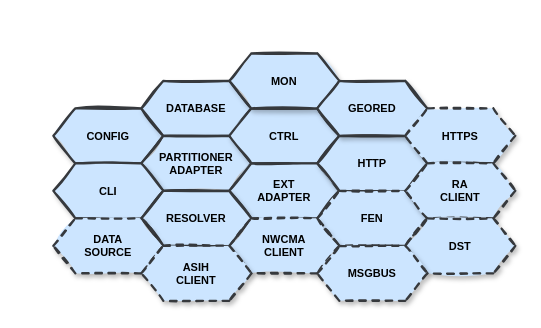
Earlier version of the draw.io diagram page "第 2 页" (2 of 5) of http_server.drawio (SunLucc/Test). Source tidied: cells renumbered, new cells numbered last; positions are measured from the earlier drawing's top-left corner, leaving out a move shared by most shapes. Both pictures are drawn from the tidied source at 110%, with x=0, y=0 at pixel (53, 53).
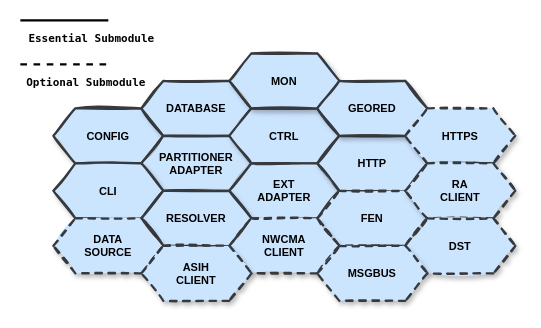
Above is the later version.

The edit, as a diff of the source:
```diff
@@
+    <mxCell id="20" style="endArrow=none;html=1;rounded=0;strokeWidth=2;" parent="1" edge="1">
+      <mxGeometry relative="1" as="geometry">
+        <mxPoint x="-30" y="-30" as="sourcePoint" />
+        <mxPoint x="50" y="-30" as="targetPoint" />
+      </mxGeometry>
+    </mxCell>
+    <mxCell id="21" style="endArrow=none;html=1;rounded=0;strokeWidth=2;dashed=1;" parent="1" edge="1">
+      <mxGeometry relative="1" as="geometry">
+        <mxPoint x="-30" y="10" as="sourcePoint" />
+        <mxPoint x="50" y="10" as="targetPoint" />
+      </mxGeometry>
+    </mxCell>
+    <mxCell id="22" value="&lt;font color=&quot;#000000&quot; size=&quot;1&quot; face=&quot;Lucida Console&quot; style=&quot;&quot;&gt;&lt;b style=&quot;&quot;&gt;Optional Submodule&lt;/b&gt;&lt;/font&gt;" style="text;html=1;strokeColor=none;fillColor=none;align=center;verticalAlign=middle;whiteSpace=wrap;rounded=0;shadow=0;dashed=0;labelBackgroundColor=none;sketch=0;fillStyle=cross-hatch;fontFamily=Helvetica;fontSize=14;fontColor=#3333FF;" parent="1" vertex="1">
+      <mxGeometry x="-30" y="10" width="120" height="30" as="geometry" />
+    </mxCell>
+    <mxCell id="23" value="&lt;font color=&quot;#000000&quot; size=&quot;1&quot; face=&quot;Lucida Console&quot; style=&quot;&quot;&gt;&lt;b style=&quot;&quot;&gt;Essential Submodule&lt;/b&gt;&lt;/font&gt;" style="text;html=1;strokeColor=none;fillColor=none;align=center;verticalAlign=middle;whiteSpace=wrap;rounded=0;shadow=0;dashed=0;labelBackgroundColor=none;sketch=0;fillStyle=cross-hatch;fontFamily=Helvetica;fontSize=14;fontColor=#3333FF;" parent="1" vertex="1">
+      <mxGeometry x="-30" y="-30" width="130" height="30" as="geometry" />
+    </mxCell>
```
